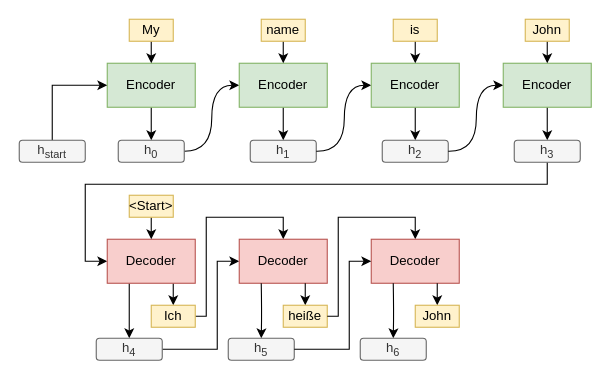
Earlier version of the draw.io diagram figures/drawio/rnn-visualization.drawio (Bastian/bachelors-thesis). Source tidied: cells renumbered, new cells numbered last; positions are measured from the earlier drawing's top-left corner, leaving out a move shared by most shapes. Both pictures are drawn from the tidied source at 110%, with x=0, y=0 at pixel (19, 19).
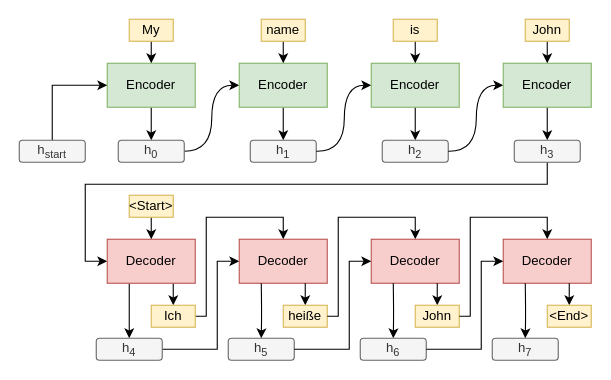
After the change.

Diff of the diagram source:
```diff
@@
+    <mxCell id="49" style="edgeStyle=orthogonalEdgeStyle;rounded=0;jettySize=auto;html=1;exitX=1;exitY=0.5;exitDx=0;exitDy=0;entryX=0.5;entryY=0;entryDx=0;entryDy=0;" parent="1" edge="1" target="50">
+      <mxGeometry relative="1" as="geometry">
+        <mxPoint x="400" y="270" as="sourcePoint" />
+        <Array as="points">
+          <mxPoint x="410" y="270" />
+          <mxPoint x="410" y="180" />
+          <mxPoint x="480" y="180" />
+        </Array>
+      </mxGeometry>
+    </mxCell>
+    <mxCell id="50" value="Decoder" style="rounded=0;whiteSpace=wrap;html=1;fillColor=#f8cecc;strokeColor=#b85450;" parent="1" vertex="1">
+      <mxGeometry x="440" y="200" width="80" height="40" as="geometry" />
+    </mxCell>
+    <mxCell id="51" style="edgeStyle=orthogonalEdgeStyle;curved=1;rounded=0;jettySize=auto;html=1;exitX=0.75;exitY=1;exitDx=0;exitDy=0;entryX=0.5;entryY=0;entryDx=0;entryDy=0;" parent="1" edge="1" target="54">
+      <mxGeometry relative="1" as="geometry">
+        <mxPoint x="500" y="240" as="sourcePoint" />
+      </mxGeometry>
+    </mxCell>
+    <mxCell id="52" style="edgeStyle=orthogonalEdgeStyle;curved=1;rounded=0;jettySize=auto;html=1;exitX=0.25;exitY=1;exitDx=0;exitDy=0;entryX=0.5;entryY=0;entryDx=0;entryDy=0;" parent="1" edge="1" target="53">
+      <mxGeometry relative="1" as="geometry">
+        <mxPoint x="460" y="240" as="sourcePoint" />
+      </mxGeometry>
+    </mxCell>
+    <mxCell id="53" value="h&lt;sub&gt;7&lt;/sub&gt;" style="rounded=1;whiteSpace=wrap;html=1;fillColor=#f5f5f5;strokeColor=#666666;fontColor=#333333;" parent="1" vertex="1">
+      <mxGeometry x="430" y="290" width="60" height="20" as="geometry" />
+    </mxCell>
+    <mxCell id="54" value="&amp;lt;End&amp;gt;" style="text;html=1;strokeColor=#d6b656;fillColor=#fff2cc;align=center;verticalAlign=middle;whiteSpace=wrap;rounded=0;" parent="1" vertex="1">
+      <mxGeometry x="480" y="260" width="40" height="20" as="geometry" />
+    </mxCell>
+    <mxCell id="55" style="edgeStyle=orthogonalEdgeStyle;rounded=0;orthogonalLoop=1;jettySize=auto;html=1;exitX=1;exitY=0.5;exitDx=0;exitDy=0;entryX=0;entryY=0.5;entryDx=0;entryDy=0;" parent="1" edge="1">
+      <mxGeometry relative="1" as="geometry">
+        <mxPoint x="370" y="300" as="sourcePoint" />
+        <mxPoint x="440" y="220" as="targetPoint" />
+        <Array as="points">
+          <mxPoint x="420" y="300" />
+          <mxPoint x="420" y="220" />
+        </Array>
+      </mxGeometry>
+    </mxCell>
```
